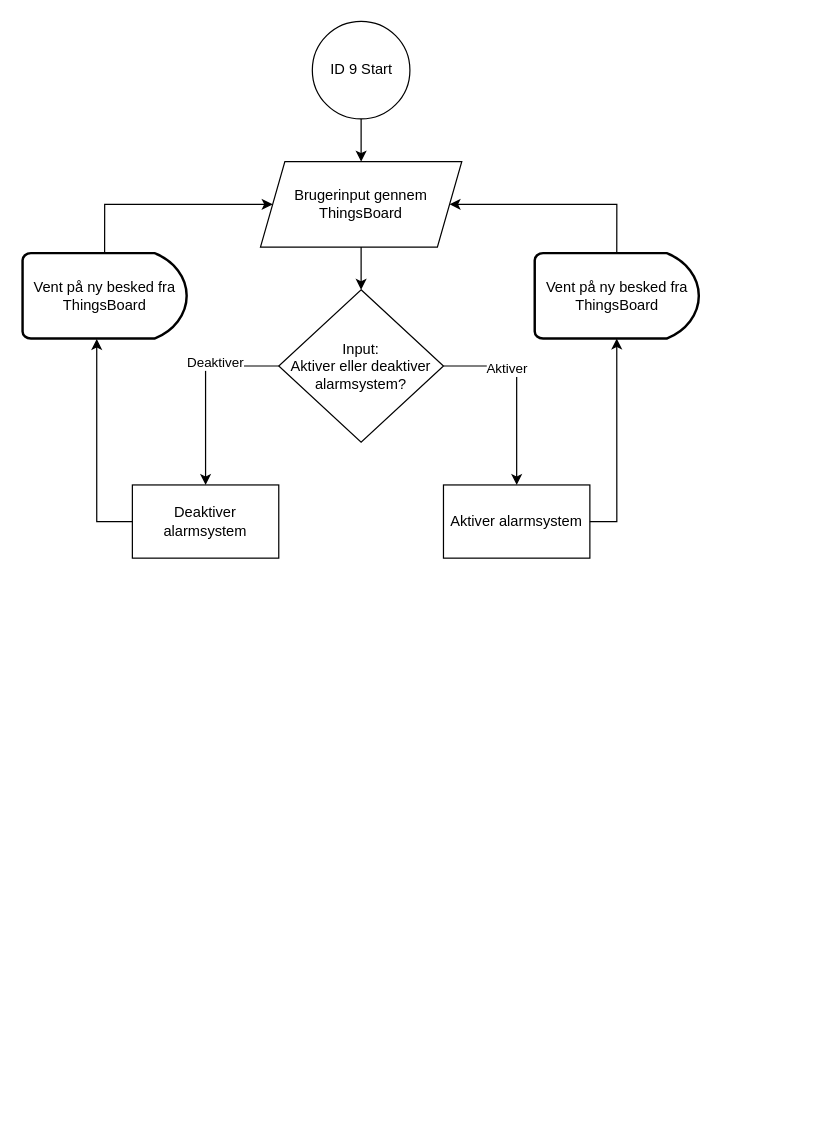
Earlier version of the draw.io diagram ID 09, P3/ID 9 Alarmsystem.drawio (KEA-E24-B9-IOT1/E24-B9-IoT1). Source tidied: cells renumbered, new cells numbered last; positions are measured from the earlier drawing's top-left corner, leaving out a move shared by most shapes. Both pictures are drawn from the tidied source at 122%, with x=0, y=0 at pixel (22, 21).
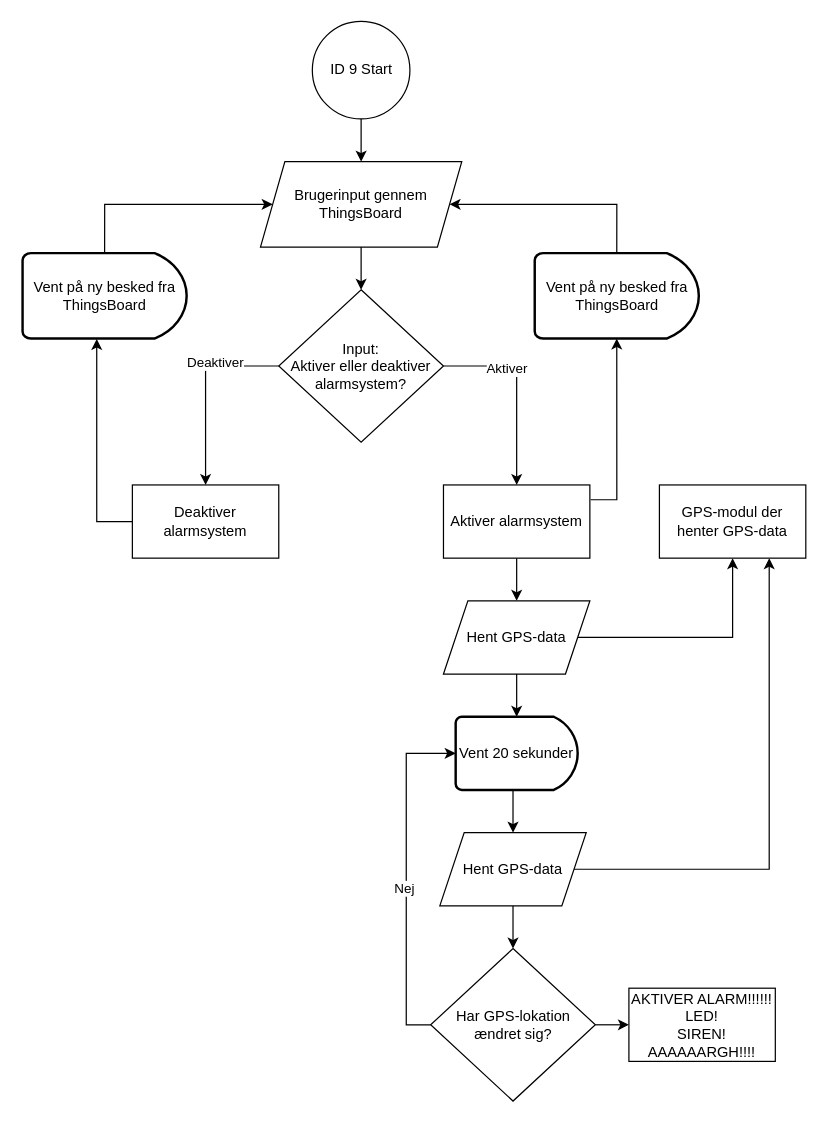
After the change.

Unchanged cells that the change refers to:
```xml
<mxCell id="11" value="Aktiver alarmsystem" style="rounded=0;whiteSpace=wrap;html=1;" parent="1" vertex="1">
  <mxGeometry x="345" y="380" width="120" height="60" as="geometry" />
</mxCell>
<mxCell id="17" value="&lt;div&gt;Vent på ny besked fra ThingsBoard&lt;br&gt;&lt;/div&gt;" style="strokeWidth=2;html=1;shape=mxgraph.flowchart.delay;whiteSpace=wrap;" parent="1" vertex="1">
  <mxGeometry x="419.8" y="190" width="134.5" height="70" as="geometry" />
</mxCell>
```

Diff of the diagram source:
```diff
@@
+    <mxCell id="19" style="edgeStyle=orthogonalEdgeStyle;rounded=0;jettySize=auto;html=1;exitX=0.5;exitY=1;exitDx=0;exitDy=0;entryX=0.5;entryY=0;entryDx=0;entryDy=0;" parent="1" edge="1" source="11" target="21">
+      <mxGeometry relative="1" as="geometry" />
+    </mxCell>
@@
-    <mxCell id="18" style="edgeStyle=orthogonalEdgeStyle;rounded=0;jettySize=auto;html=1;exitX=1;exitY=0.5;exitDx=0;exitDy=0;entryX=0.5;entryY=1;entryDx=0;entryDy=0;entryPerimeter=0;" parent="1" edge="1" source="11" target="17">
+    <mxCell id="18" style="edgeStyle=orthogonalEdgeStyle;rounded=0;jettySize=auto;html=1;exitX=1.005;exitY=0.202;exitDx=0;exitDy=0;entryX=0.5;entryY=1;entryDx=0;entryDy=0;entryPerimeter=0;exitPerimeter=0;" parent="1" edge="1" source="11" target="17">
       <mxGeometry relative="1" as="geometry" />
     </mxCell>
+    <mxCell id="20" style="edgeStyle=orthogonalEdgeStyle;rounded=0;jettySize=auto;html=1;exitX=1;exitY=0.5;exitDx=0;exitDy=0;entryX=0.5;entryY=1;entryDx=0;entryDy=0;" parent="1" edge="1" source="21" target="22">
+      <mxGeometry relative="1" as="geometry" />
+    </mxCell>
+    <mxCell id="21" value="Hent GPS-data" style="shape=parallelogram;perimeter=parallelogramPerimeter;whiteSpace=wrap;html=1;fixedSize=1;" parent="1" vertex="1">
+      <mxGeometry x="345" y="475" width="120" height="60" as="geometry" />
+    </mxCell>
+    <mxCell id="22" value="GPS-modul der henter GPS-data" style="rounded=0;whiteSpace=wrap;html=1;" parent="1" vertex="1">
+      <mxGeometry x="522" y="380" width="120" height="60" as="geometry" />
+    </mxCell>
+    <mxCell id="23" style="edgeStyle=orthogonalEdgeStyle;rounded=0;jettySize=auto;html=1;exitX=0.5;exitY=1;exitDx=0;exitDy=0;exitPerimeter=0;entryX=0.5;entryY=0;entryDx=0;entryDy=0;" parent="1" edge="1" source="24" target="28">
+      <mxGeometry relative="1" as="geometry" />
+    </mxCell>
+    <mxCell id="24" value="Vent 20 sekunder" style="strokeWidth=2;html=1;shape=mxgraph.flowchart.delay;whiteSpace=wrap;" parent="1" vertex="1">
+      <mxGeometry x="355" y="570" width="100" height="60" as="geometry" />
+    </mxCell>
+    <mxCell id="25" style="edgeStyle=orthogonalEdgeStyle;rounded=0;jettySize=auto;html=1;exitX=0.5;exitY=1;exitDx=0;exitDy=0;entryX=0.5;entryY=0;entryDx=0;entryDy=0;entryPerimeter=0;" parent="1" edge="1" source="21" target="24">
+      <mxGeometry relative="1" as="geometry" />
+    </mxCell>
+    <mxCell id="26" style="edgeStyle=orthogonalEdgeStyle;rounded=0;jettySize=auto;html=1;exitX=1;exitY=0.5;exitDx=0;exitDy=0;entryX=0.75;entryY=1;entryDx=0;entryDy=0;" parent="1" edge="1" source="28" target="22">
+      <mxGeometry relative="1" as="geometry" />
+    </mxCell>
+    <mxCell id="27" style="edgeStyle=orthogonalEdgeStyle;rounded=0;jettySize=auto;html=1;exitX=0.5;exitY=1;exitDx=0;exitDy=0;entryX=0.5;entryY=0;entryDx=0;entryDy=0;" parent="1" edge="1" source="28" target="30">
+      <mxGeometry relative="1" as="geometry" />
+    </mxCell>
+    <mxCell id="28" value="Hent GPS-data" style="shape=parallelogram;perimeter=parallelogramPerimeter;whiteSpace=wrap;html=1;fixedSize=1;" parent="1" vertex="1">
+      <mxGeometry x="342" y="665" width="120" height="60" as="geometry" />
+    </mxCell>
+    <mxCell id="29" style="edgeStyle=orthogonalEdgeStyle;rounded=0;jettySize=auto;html=1;exitX=1;exitY=0.5;exitDx=0;exitDy=0;entryX=0;entryY=0.5;entryDx=0;entryDy=0;" parent="1" edge="1" source="30" target="33">
+      <mxGeometry relative="1" as="geometry" />
+    </mxCell>
+    <mxCell id="30" value="&lt;div&gt;Har GPS-lokation&lt;/div&gt;&lt;div&gt;ændret sig?&lt;br&gt;&lt;/div&gt;" style="rhombus;whiteSpace=wrap;html=1;" parent="1" vertex="1">
+      <mxGeometry x="334.5" y="760" width="135" height="125" as="geometry" />
+    </mxCell>
+    <mxCell id="31" style="edgeStyle=orthogonalEdgeStyle;rounded=0;jettySize=auto;html=1;exitX=0;exitY=0.5;exitDx=0;exitDy=0;entryX=0;entryY=0.5;entryDx=0;entryDy=0;entryPerimeter=0;" parent="1" edge="1" source="30" target="24">
+      <mxGeometry relative="1" as="geometry" />
+    </mxCell>
+    <mxCell id="32" value="Nej" style="edgeLabel;html=1;align=center;verticalAlign=middle;" parent="31" vertex="1">
+      <mxGeometry x="0.27" y="3" relative="1" as="geometry">
+        <mxPoint x="1" y="48" as="offset" />
+      </mxGeometry>
+    </mxCell>
+    <mxCell id="33" value="AKTIVER ALARM!!!!!!&lt;br&gt;LED!&lt;br&gt;SIREN!&lt;br&gt;AAAAAARGH!!!!" style="rounded=0;whiteSpace=wrap;html=1;" parent="1" vertex="1">
+      <mxGeometry x="497" y="792.5" width="120" height="60" as="geometry" />
+    </mxCell>
```
